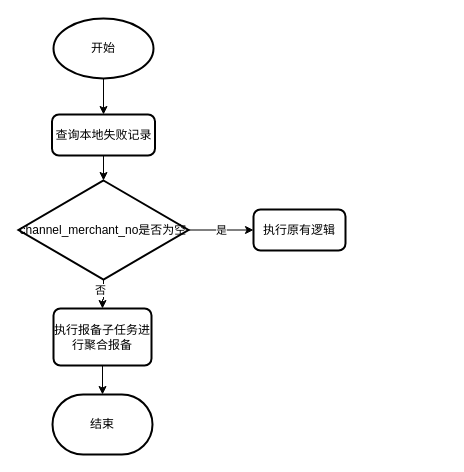
fengyong7723131/work keeps this draw.io diagram as page "定时补偿" (3 of 3) of 报备.drawio. Above is the earlier version. Source tidied: cells renumbered, new cells numbered last; positions are measured from the earlier drawing's top-left corner, leaving out a move shared by most shapes. Both pictures are drawn from the tidied source at 100%, with x=0, y=0 at pixel (18, 18).
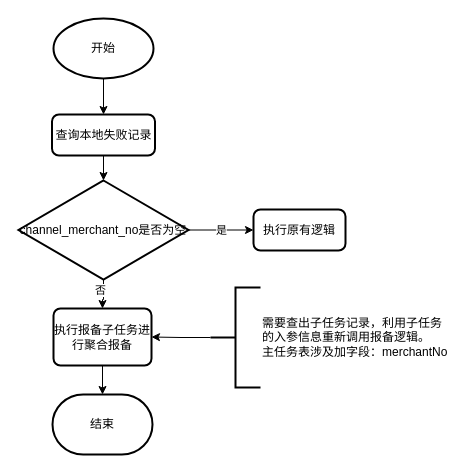
Above is the later version.

Change to the diagram source:
```diff
@@
 <mxGraphModel>
   <root>
     <mxCell id="0" />
     <mxCell id="1" parent="0" />
     <mxCell id="2" style="edgeStyle=orthogonalEdgeStyle;rounded=0;jettySize=auto;html=1;exitX=0.5;exitY=1;exitDx=0;exitDy=0;exitPerimeter=0;" parent="1" edge="1" source="3" target="5">
       <mxGeometry relative="1" as="geometry" />
     </mxCell>
     <mxCell id="3" value="开始" style="strokeWidth=2;html=1;shape=mxgraph.flowchart.start_1;whiteSpace=wrap;" parent="1" vertex="1">
       <mxGeometry x="35" width="100" height="60" as="geometry" />
     </mxCell>
     <mxCell id="4" style="edgeStyle=orthogonalEdgeStyle;rounded=0;jettySize=auto;html=1;exitX=0.5;exitY=1;exitDx=0;exitDy=0;entryX=0.5;entryY=0;entryDx=0;entryDy=0;entryPerimeter=0;" parent="1" edge="1" source="5" target="10">
       <mxGeometry relative="1" as="geometry" />
     </mxCell>
     <mxCell id="5" value="查询本地失败记录" style="rounded=1;whiteSpace=wrap;html=1;absoluteArcSize=1;arcSize=14;strokeWidth=2;" parent="1" vertex="1">
       <mxGeometry x="33.5" y="96" width="103" height="41" as="geometry" />
     </mxCell>
     <mxCell id="6" style="edgeStyle=orthogonalEdgeStyle;rounded=0;jettySize=auto;html=1;exitX=1;exitY=0.5;exitDx=0;exitDy=0;exitPerimeter=0;entryX=0;entryY=0.5;entryDx=0;entryDy=0;" parent="1" edge="1" source="10" target="14">
       <mxGeometry relative="1" as="geometry" />
     </mxCell>
     <mxCell id="7" value="是" style="edgeLabel;html=1;align=center;verticalAlign=middle;" parent="6" vertex="1">
       <mxGeometry x="0.01" y="-1" relative="1" as="geometry">
         <mxPoint x="-1" y="-1" as="offset" />
       </mxGeometry>
     </mxCell>
     <mxCell id="8" style="edgeStyle=orthogonalEdgeStyle;rounded=0;jettySize=auto;html=1;exitX=0.5;exitY=1;exitDx=0;exitDy=0;exitPerimeter=0;" parent="1" edge="1" source="10" target="12">
       <mxGeometry relative="1" as="geometry" />
     </mxCell>
     <mxCell id="9" value="否" style="edgeLabel;html=1;align=center;verticalAlign=middle;" parent="8" vertex="1">
       <mxGeometry x="-0.32" y="-4" relative="1" as="geometry" />
     </mxCell>
     <mxCell id="10" value="channel_merchant_no是否为空" style="strokeWidth=2;html=1;shape=mxgraph.flowchart.decision;whiteSpace=wrap;" parent="1" vertex="1">
       <mxGeometry y="162" width="170" height="99" as="geometry" />
     </mxCell>
     <mxCell id="11" style="edgeStyle=orthogonalEdgeStyle;rounded=0;jettySize=auto;html=1;exitX=0.5;exitY=1;exitDx=0;exitDy=0;" parent="1" edge="1" source="12" target="13">
       <mxGeometry relative="1" as="geometry" />
     </mxCell>
     <mxCell id="12" value="执行报备子任务进行聚合报备" style="rounded=1;whiteSpace=wrap;html=1;absoluteArcSize=1;arcSize=14;strokeWidth=2;" parent="1" vertex="1">
       <mxGeometry x="35" y="290" width="98" height="57" as="geometry" />
     </mxCell>
     <mxCell id="13" value="结束" style="strokeWidth=2;html=1;shape=mxgraph.flowchart.terminator;whiteSpace=wrap;" parent="1" vertex="1">
       <mxGeometry x="34" y="376" width="100" height="60" as="geometry" />
     </mxCell>
     <mxCell id="14" value="执行原有逻辑" style="rounded=1;whiteSpace=wrap;html=1;absoluteArcSize=1;arcSize=14;strokeWidth=2;" parent="1" vertex="1">
       <mxGeometry x="235" y="191" width="92" height="41" as="geometry" />
     </mxCell>
+    <mxCell id="15" style="edgeStyle=orthogonalEdgeStyle;rounded=0;jettySize=auto;html=1;exitX=0;exitY=0.5;exitDx=0;exitDy=0;exitPerimeter=0;" parent="1" edge="1" source="16" target="12">
+      <mxGeometry relative="1" as="geometry" />
+    </mxCell>
+    <mxCell id="16" value="需要查出子任务记录，利用子任务&lt;br&gt;的入参信息重新调用报备逻辑。&lt;br&gt;主任务表涉及加字段：merchantNo" style="strokeWidth=2;html=1;shape=mxgraph.flowchart.annotation_2;align=left;labelPosition=right;" parent="1" vertex="1">
+      <mxGeometry x="192" y="269" width="50" height="100" as="geometry" />
+    </mxCell>
   </root>
 </mxGraphModel>
```
